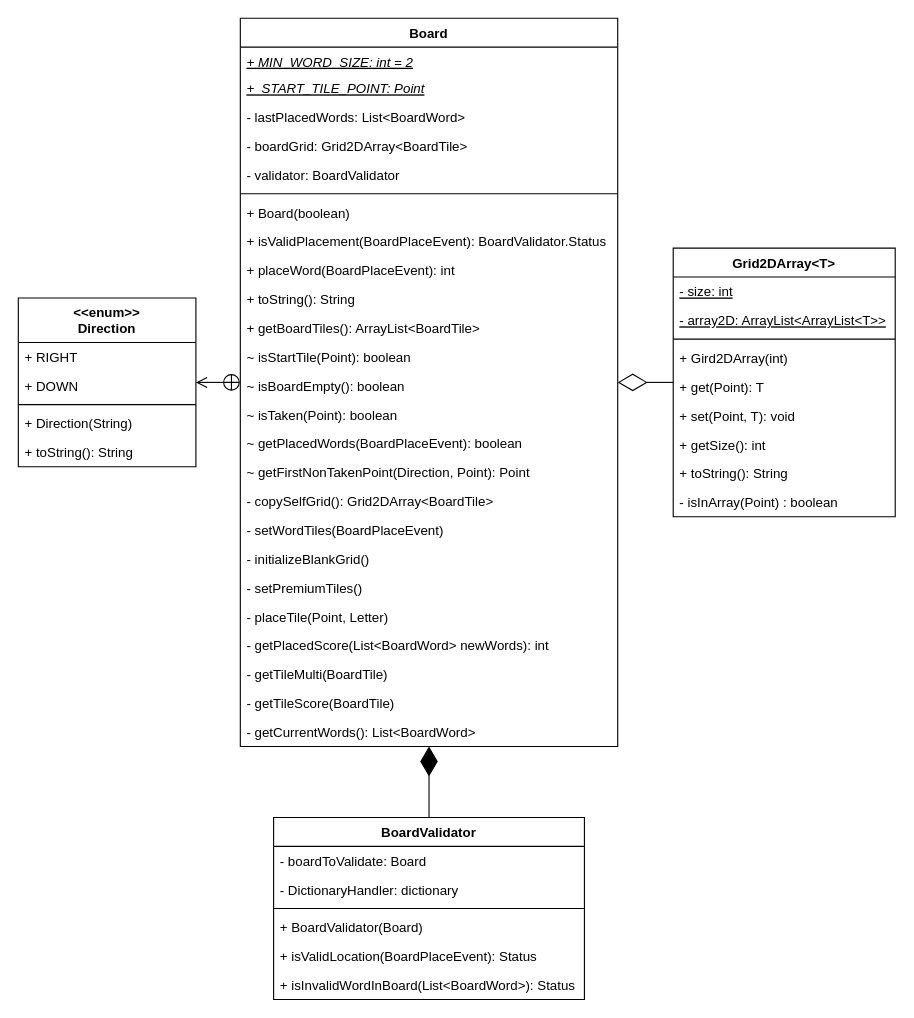
Earlier version of the draw.io diagram page "Board" (1 of 3) of UML/ClassDiagrams/Model/Board.drawio (trk20/Scuffle). Source tidied: cells renumbered, new cells numbered last; positions are measured from the earlier drawing's top-left corner, leaving out a move shared by most shapes. Both pictures are drawn from the tidied source at 111%, with x=0, y=0 at pixel (18, 18).
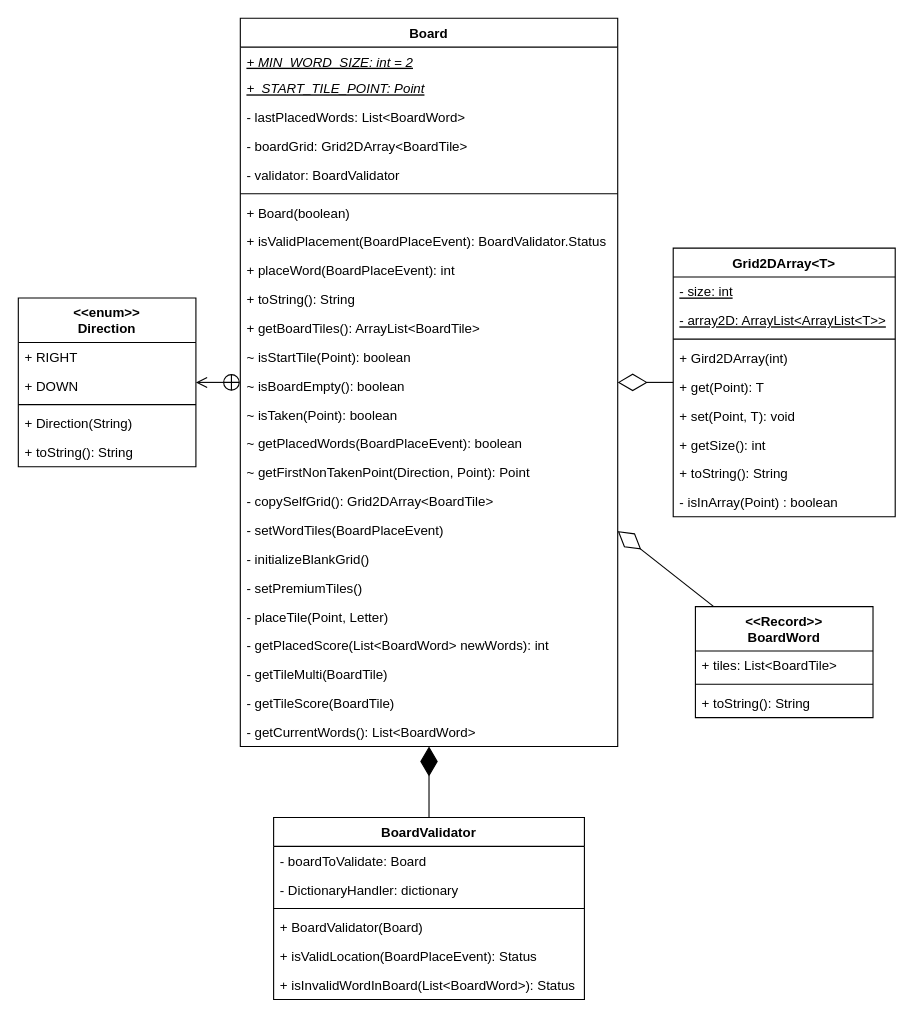
The same diagram, later.

Commit message (it also covers changes not shown here):
BoardWord class

Unchanged cells that the change refers to:
```xml
<mxCell id="2" value="Board" style="swimlane;fontStyle=1;align=center;verticalAlign=top;horizontal=1;startSize=26;" parent="1" vertex="1">
  <mxGeometry x="200" width="340" height="656" as="geometry" />
</mxCell>
```

The edit, as a diff of the source:
```diff
@@
+    <mxCell id="54" value="&lt;&lt;Record&gt;&gt;&#10;BoardWord" style="swimlane;fontStyle=1;align=center;verticalAlign=top;horizontal=1;startSize=40;" parent="1" vertex="1">
+      <mxGeometry x="610" y="530" width="160" height="100" as="geometry" />
+    </mxCell>
+    <mxCell id="55" value="+ tiles: List&lt;BoardTile&gt;" style="text;strokeColor=none;fillColor=none;align=left;verticalAlign=top;spacingLeft=4;spacingRight=4;overflow=hidden;" parent="54" vertex="1">
+      <mxGeometry y="40" width="160" height="26" as="geometry" />
+    </mxCell>
+    <mxCell id="56" style="line;strokeWidth=1;fillColor=none;align=left;verticalAlign=middle;spacingTop=-1;spacingLeft=3;spacingRight=3;labelPosition=right;" parent="54" vertex="1">
+      <mxGeometry y="66" width="160" height="8" as="geometry" />
+    </mxCell>
+    <mxCell id="57" value="+ toString(): String" style="text;strokeColor=none;fillColor=none;align=left;verticalAlign=top;spacingLeft=4;spacingRight=4;overflow=hidden;" parent="54" vertex="1">
+      <mxGeometry y="74" width="160" height="26" as="geometry" />
+    </mxCell>
+    <mxCell id="58" style="endArrow=diamondThin;endFill=0;endSize=24;html=1;rounded=0;" parent="1" edge="1" source="54" target="2">
+      <mxGeometry relative="1" as="geometry" />
+    </mxCell>
```
